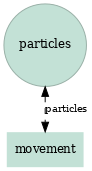
This is crates/spatio-flux/out/brownian_particles.png from prismofeverything/prism, a Graphviz export, as it was before one commit. Its source is kept beside it as crates/spatio-flux/out/brownian_particles.dot.
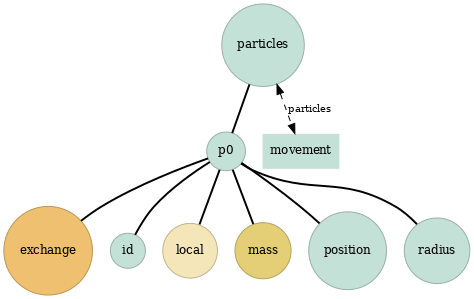
The same file after the commit.

Change to the diagram source:
```diff
@@ -5,9 +5,23 @@
     splines=true;
 
     state_particles [shape=circle, style=filled, fillcolor="#C3E1D6", color="#98afa6", penwidth=1, label="particles", fontsize=12];
+    state_particles__p0 [shape=circle, style=filled, fillcolor="#C3E1D6", color="#98afa6", penwidth=1, label="p0", fontsize=12];
+    state_particles__p0__exchange [shape=circle, style=filled, fillcolor="#EEC06F", color="#b99556", penwidth=1, label="exchange", fontsize=12];
+    state_particles__p0__id [shape=circle, style=filled, fillcolor="#C3E1D6", color="#98afa6", penwidth=1, label="id", fontsize=12];
+    state_particles__p0__local [shape=circle, style=filled, fillcolor="#F4E6B8", color="#beb38f", penwidth=1, label="local", fontsize=12];
+    state_particles__p0__mass [shape=circle, style=filled, fillcolor="#E4CF77", color="#b1a15c", penwidth=1, label="mass", fontsize=12];
+    state_particles__p0__position [shape=circle, style=filled, fillcolor="#C3E1D6", color="#98afa6", penwidth=1, label="position", fontsize=12];
+    state_particles__p0__radius [shape=circle, style=filled, fillcolor="#C3E1D6", color="#98afa6", penwidth=1, label="radius", fontsize=12];
 
     proc_movement [shape=box, style=filled, fillcolor="#C3E1D6", color="#C3E1D6", penwidth=0, label="movement", fontsize=12];
 
     state_particles -> proc_movement [style=dashed, penwidth=1, dir=both, label="particles", fontsize=10];
 
+    state_particles -> state_particles__p0 [arrowhead=none, penwidth=2];
+    state_particles__p0 -> state_particles__p0__exchange [arrowhead=none, penwidth=2];
+    state_particles__p0 -> state_particles__p0__id [arrowhead=none, penwidth=2];
+    state_particles__p0 -> state_particles__p0__local [arrowhead=none, penwidth=2];
+    state_particles__p0 -> state_particles__p0__mass [arrowhead=none, penwidth=2];
+    state_particles__p0 -> state_particles__p0__position [arrowhead=none, penwidth=2];
+    state_particles__p0 -> state_particles__p0__radius [arrowhead=none, penwidth=2];
 }
```
